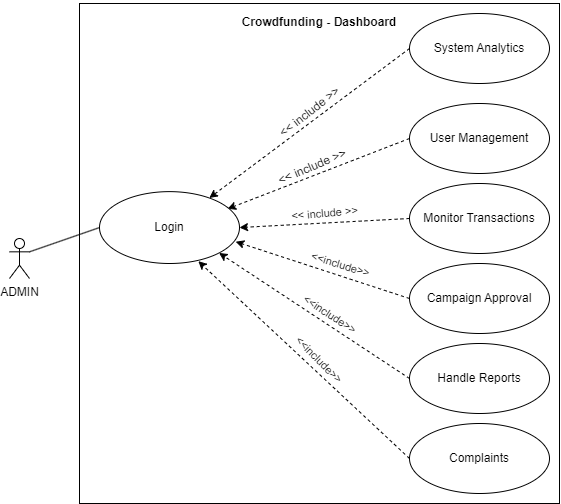
nhathao19/Crowdfunding-platform keeps this draw.io diagram as USER.drawio.png. Above is the earlier version. Source tidied: cells renumbered, new cells last; positions are measured from the earlier drawing's top-left corner, leaving out a move shared by most shapes.
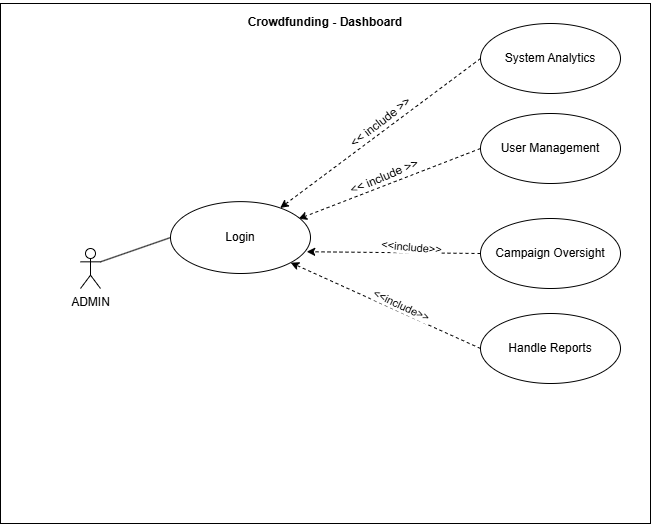
The same diagram one commit later.

Commit message:
Cập nhật USER.drawio.png

Change to the diagram source:
```diff
@@ -3,11 +3,8 @@
     <mxCell id="0" />
     <mxCell id="1" parent="0" />
     <mxCell id="2" value="&lt;h4 style=&quot;line-height: 12px;&quot;&gt;&lt;font style=&quot;font-size: 12px;&quot;&gt;Crowdfunding - Dashboard&lt;/font&gt;&lt;/h4&gt;" style="rounded=0;whiteSpace=wrap;html=1;verticalAlign=top;horizontal=1;spacing=-8;labelBackgroundColor=none;" parent="1" vertex="1">
-      <mxGeometry x="70" width="480" height="500" as="geometry" />
+      <mxGeometry x="-80" y="-10" width="650" height="520" as="geometry" />
     </mxCell>
-    <mxCell id="3" value="Monitor Transactions" style="ellipse;whiteSpace=wrap;html=1;labelBackgroundColor=none;" parent="1" vertex="1">
-      <mxGeometry x="400" y="180" width="140" height="70" as="geometry" />
-    </mxCell>
     <mxCell id="4" style="endArrow=classic;html=1;rounded=0;exitX=0;exitY=0.5;exitDx=0;exitDy=0;dashed=1;labelBackgroundColor=none;fontColor=default;" parent="1" edge="1" source="22" target="23">
       <mxGeometry relative="1" as="geometry" />
     </mxCell>
@@ -23,18 +20,10 @@
     <mxCell id="8" value="&amp;lt;&amp;lt; include &amp;gt;&amp;gt;" style="edgeLabel;html=1;align=center;verticalAlign=bottom;labelBackgroundColor=none;fontSize=12;rotation=337;" parent="7" vertex="1">
       <mxGeometry x="0.03" relative="1" as="geometry" />
     </mxCell>
-    <mxCell id="9" style="endArrow=classic;html=1;rounded=0;dashed=1;exitX=0;exitY=0.5;exitDx=0;exitDy=0;entryX=1;entryY=0.5;entryDx=0;entryDy=0;verticalAlign=bottom;fontSize=10;labelBackgroundColor=none;fontColor=default;" parent="1" edge="1" source="3" target="23">
-      <mxGeometry relative="1" as="geometry" />
-    </mxCell>
-    <mxCell id="10" value="&amp;lt;&amp;lt; include &amp;gt;&amp;gt;" style="edgeLabel;html=1;align=center;verticalAlign=middle;rotation=-5;labelBackgroundColor=none;" parent="9" vertex="1">
-      <mxGeometry y="-1" relative="1" as="geometry">
-        <mxPoint y="-9" as="offset" />
-      </mxGeometry>
-    </mxCell>
     <mxCell id="11" style="endArrow=classic;html=1;rounded=0;dashed=1;exitX=0;exitY=0.5;exitDx=0;exitDy=0;entryX=0.973;entryY=0.697;entryDx=0;entryDy=0;entryPerimeter=0;labelBackgroundColor=none;fontColor=default;verticalAlign=bottom;fontSize=12;spacing=0;strokeWidth=1;endSize=6;" parent="1" edge="1" source="18" target="23">
       <mxGeometry relative="1" as="geometry" />
     </mxCell>
-    <mxCell id="12" value="&amp;lt;&amp;lt;include&amp;gt;&amp;gt;" style="edgeLabel;html=1;align=center;verticalAlign=middle;rounded=1;rotation=17;" parent="11" vertex="1">
+    <mxCell id="12" value="&amp;lt;&amp;lt;include&amp;gt;&amp;gt;" style="edgeLabel;html=1;align=center;verticalAlign=middle;rounded=1;rotation=5;" parent="11" vertex="1">
       <mxGeometry y="2" relative="1" as="geometry">
         <mxPoint x="18" y="-8" as="offset" />
       </mxGeometry>
@@ -42,34 +31,23 @@
     <mxCell id="13" style="endArrow=classic;html=1;rounded=0;dashed=1;exitX=0;exitY=0.5;exitDx=0;exitDy=0;entryX=1;entryY=1;entryDx=0;entryDy=0;labelBackgroundColor=none;fontColor=default;verticalAlign=bottom;fontSize=12;" parent="1" edge="1" source="20" target="23">
       <mxGeometry relative="1" as="geometry" />
     </mxCell>
-    <mxCell id="14" value="&amp;lt;&amp;lt;include&amp;gt;&amp;gt;" style="edgeLabel;html=1;align=center;verticalAlign=middle;rounded=1;rotation=33;" parent="13" vertex="1">
+    <mxCell id="14" value="&amp;lt;&amp;lt;include&amp;gt;&amp;gt;" style="edgeLabel;html=1;align=center;verticalAlign=middle;rounded=1;rotation=25;" parent="13" vertex="1">
       <mxGeometry x="0.01" y="2" relative="1" as="geometry">
         <mxPoint x="18" y="-2" as="offset" />
       </mxGeometry>
     </mxCell>
-    <mxCell id="15" style="endArrow=classic;html=1;rounded=0;dashed=1;exitX=0;exitY=0.5;exitDx=0;exitDy=0;entryX=0.706;entryY=0.968;entryDx=0;entryDy=0;entryPerimeter=0;labelBackgroundColor=none;fontColor=default;verticalAlign=bottom;fontSize=12;" parent="1" edge="1" source="21" target="23">
-      <mxGeometry relative="1" as="geometry" />
-    </mxCell>
-    <mxCell id="16" value="&amp;lt;&amp;lt;include&amp;gt;&amp;gt;" style="edgeLabel;html=1;align=center;verticalAlign=middle;rounded=1;rotation=45;" parent="15" vertex="1">
-      <mxGeometry x="0.02" y="1" relative="1" as="geometry">
-        <mxPoint x="18" as="offset" />
-      </mxGeometry>
-    </mxCell>
     <mxCell id="17" value="ADMIN" style="shape=umlActor;verticalLabelPosition=bottom;verticalAlign=top;html=1;outlineConnect=0;labelBackgroundColor=none;" parent="1" vertex="1">
       <mxGeometry y="235" width="20" height="40" as="geometry" />
     </mxCell>
-    <mxCell id="18" value="Campaign Approval" style="ellipse;whiteSpace=wrap;html=1;labelBackgroundColor=none;" parent="1" vertex="1">
-      <mxGeometry x="400" y="260" width="140" height="70" as="geometry" />
+    <mxCell id="18" value="Campaign Oversight" style="ellipse;whiteSpace=wrap;html=1;labelBackgroundColor=none;" parent="1" vertex="1">
+      <mxGeometry x="400" y="205" width="140" height="70" as="geometry" />
     </mxCell>
     <mxCell id="19" value="&lt;font style=&quot;font-size: 12px;&quot;&gt;User Management&lt;/font&gt;" style="ellipse;whiteSpace=wrap;html=1;labelBackgroundColor=none;" parent="1" vertex="1">
       <mxGeometry x="400" y="100" width="140" height="70" as="geometry" />
     </mxCell>
     <mxCell id="20" value="Handle Reports" style="ellipse;whiteSpace=wrap;html=1;labelBackgroundColor=none;" parent="1" vertex="1">
-      <mxGeometry x="400" y="340" width="140" height="70" as="geometry" />
+      <mxGeometry x="400" y="300" width="140" height="70" as="geometry" />
     </mxCell>
-    <mxCell id="21" value="Complaints" style="ellipse;whiteSpace=wrap;html=1;labelBackgroundColor=none;" parent="1" vertex="1">
-      <mxGeometry x="400" y="420" width="140" height="70" as="geometry" />
-    </mxCell>
     <mxCell id="22" value="&lt;font style=&quot;font-size: 12px;&quot;&gt;System Analytics&lt;/font&gt;" style="ellipse;whiteSpace=wrap;html=1;labelBackgroundColor=none;" parent="1" vertex="1">
       <mxGeometry x="400" y="10" width="140" height="70" as="geometry" />
     </mxCell>
```
